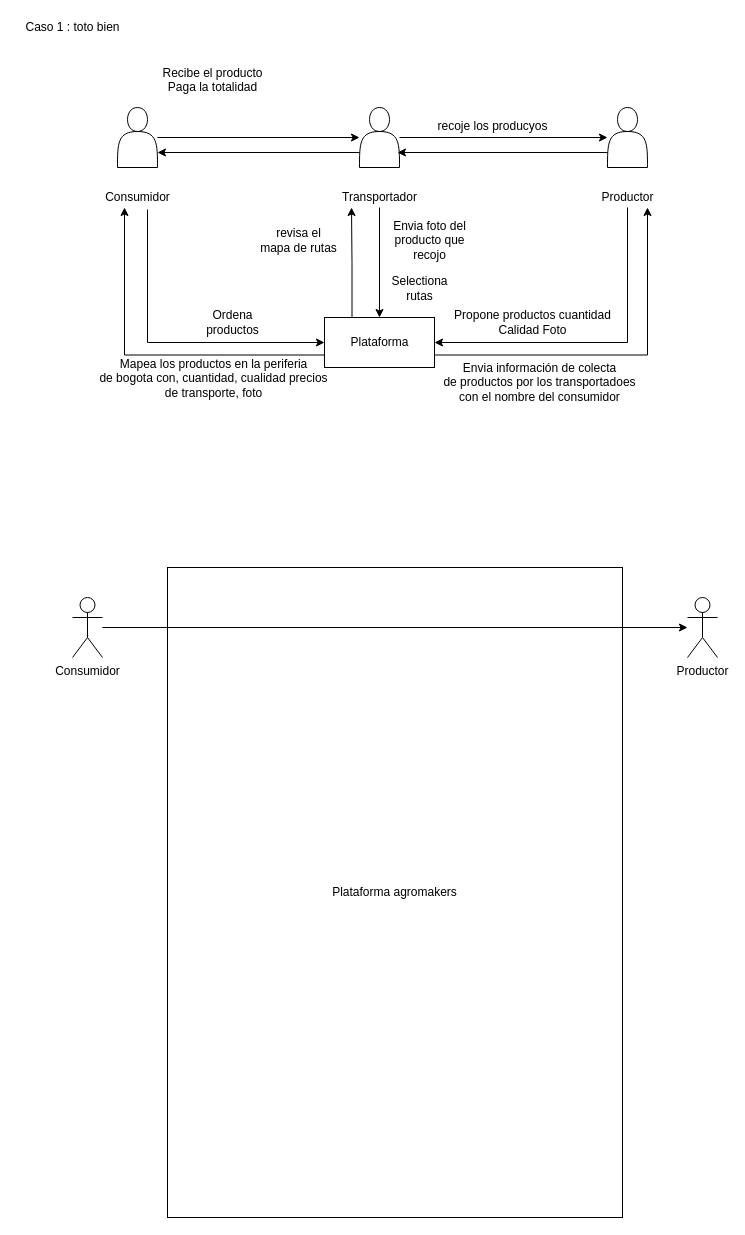
This is Logistica.drawio from stdupas/app.agromaker, a draw.io file, before an edit. Source tidied: cells renumbered, new cells numbered last; positions are measured from the earlier drawing's top-left corner, leaving out a move shared by most shapes. Both pictures are drawn from the tidied source at 100%, with x=0, y=0 at pixel (17, 17).
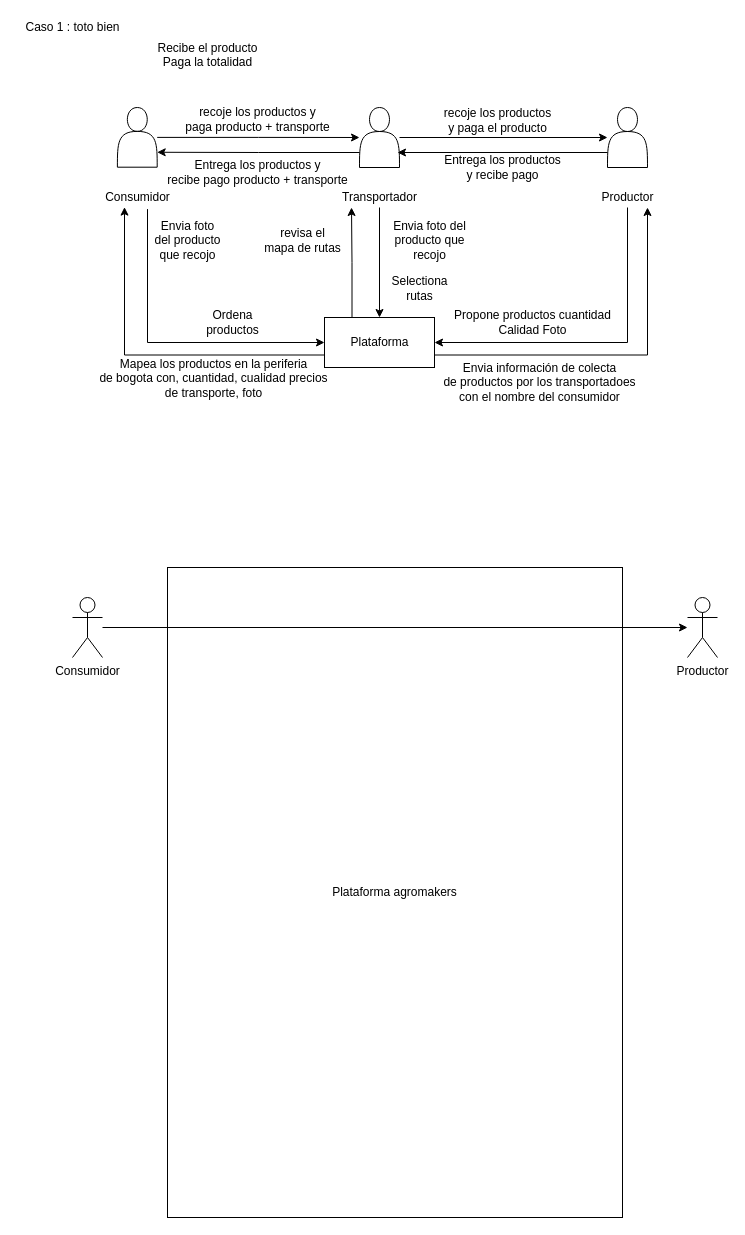
The same diagram, later.

Diff of the diagram source:
```diff
@@
     <mxCell id="10" style="group;" parent="1" vertex="1">
-      <mxGeometry x="80" y="90" width="148" height="100" as="geometry" />
+      <mxGeometry x="80" y="90" width="271.5" height="99.5" as="geometry" />
     </mxCell>
     <mxCell id="11" style="shape=actor;whiteSpace=wrap;html=1;" parent="10" vertex="1">
-      <mxGeometry x="20" width="40" height="60" as="geometry" />
+      <mxGeometry x="19.9" width="39.8" height="59.7" as="geometry" />
     </mxCell>
     <mxCell id="12" value="Consumidor" style="text;html=1;align=center;verticalAlign=middle;points=[];" parent="10" vertex="1">
-      <mxGeometry y="80" width="80" height="20" as="geometry" />
+      <mxGeometry y="79.6" width="80" height="20" as="geometry" />
     </mxCell>
+    <mxCell id="36" value="&lt;div&gt;Entrega los productos y &lt;br&gt;&lt;/div&gt;&lt;div&gt;recibe pago producto + transporte&lt;/div&gt;" style="text;html=1;align=center;verticalAlign=middle;" parent="10" vertex="1">
+      <mxGeometry x="59.7" y="49.6" width="200" height="30" as="geometry" />
+    </mxCell>
@@
     <mxCell id="16" value="&lt;div&gt;Recibe el producto&lt;/div&gt;&lt;div&gt;Paga la totalidad&lt;/div&gt;&lt;div&gt;&lt;br&gt;&lt;/div&gt;" style="text;html=1;align=center;verticalAlign=middle;" parent="1" vertex="1">
-      <mxGeometry x="135" y="45" width="120" height="50" as="geometry" />
+      <mxGeometry x="130" y="20" width="120" height="50" as="geometry" />
     </mxCell>
@@
-    <mxCell id="31" value="recoje los producyos" style="text;html=1;align=center;verticalAlign=middle;" parent="1" vertex="1">
-      <mxGeometry x="410" y="99" width="130" height="20" as="geometry" />
+    <mxCell id="31" value="&lt;div&gt;recoje los productos &lt;br&gt;&lt;/div&gt;&lt;div&gt;y paga el producto&lt;/div&gt;" style="text;html=1;align=center;verticalAlign=middle;" parent="1" vertex="1">
+      <mxGeometry x="420" y="88" width="120" height="30" as="geometry" />
     </mxCell>
@@
     <mxCell id="34" value="&lt;div&gt;revisa el &lt;br&gt;&lt;/div&gt;&lt;div&gt;mapa de rutas&lt;/div&gt;" style="text;html=1;align=center;verticalAlign=middle;" parent="1" vertex="1">
-      <mxGeometry x="236" y="208" width="90" height="30" as="geometry" />
+      <mxGeometry x="240" y="208" width="90" height="30" as="geometry" />
     </mxCell>
@@
+    <mxCell id="37" value="&lt;div&gt;Entrega los productos &lt;br&gt;&lt;/div&gt;&lt;div&gt;y recibe pago&lt;/div&gt;" style="text;html=1;align=center;verticalAlign=middle;" parent="1" vertex="1">
+      <mxGeometry x="420" y="135" width="130" height="30" as="geometry" />
+    </mxCell>
+    <mxCell id="38" value="&lt;div&gt;recoje los productos y &lt;br&gt;&lt;/div&gt;&lt;div&gt;paga producto + transporte&lt;/div&gt;" style="text;html=1;align=center;verticalAlign=middle;" parent="1" vertex="1">
+      <mxGeometry x="159.7" y="87" width="160" height="30" as="geometry" />
+    </mxCell>
+    <mxCell id="39" value="&lt;div&gt;Envia foto &lt;br&gt;&lt;/div&gt;&lt;div&gt;del producto &lt;br&gt;&lt;/div&gt;&lt;div&gt;que recojo&lt;br&gt;&lt;/div&gt;" style="text;html=1;align=center;verticalAlign=middle;" parent="1" vertex="1">
+      <mxGeometry x="130" y="198" width="80" height="50" as="geometry" />
+    </mxCell>
```
